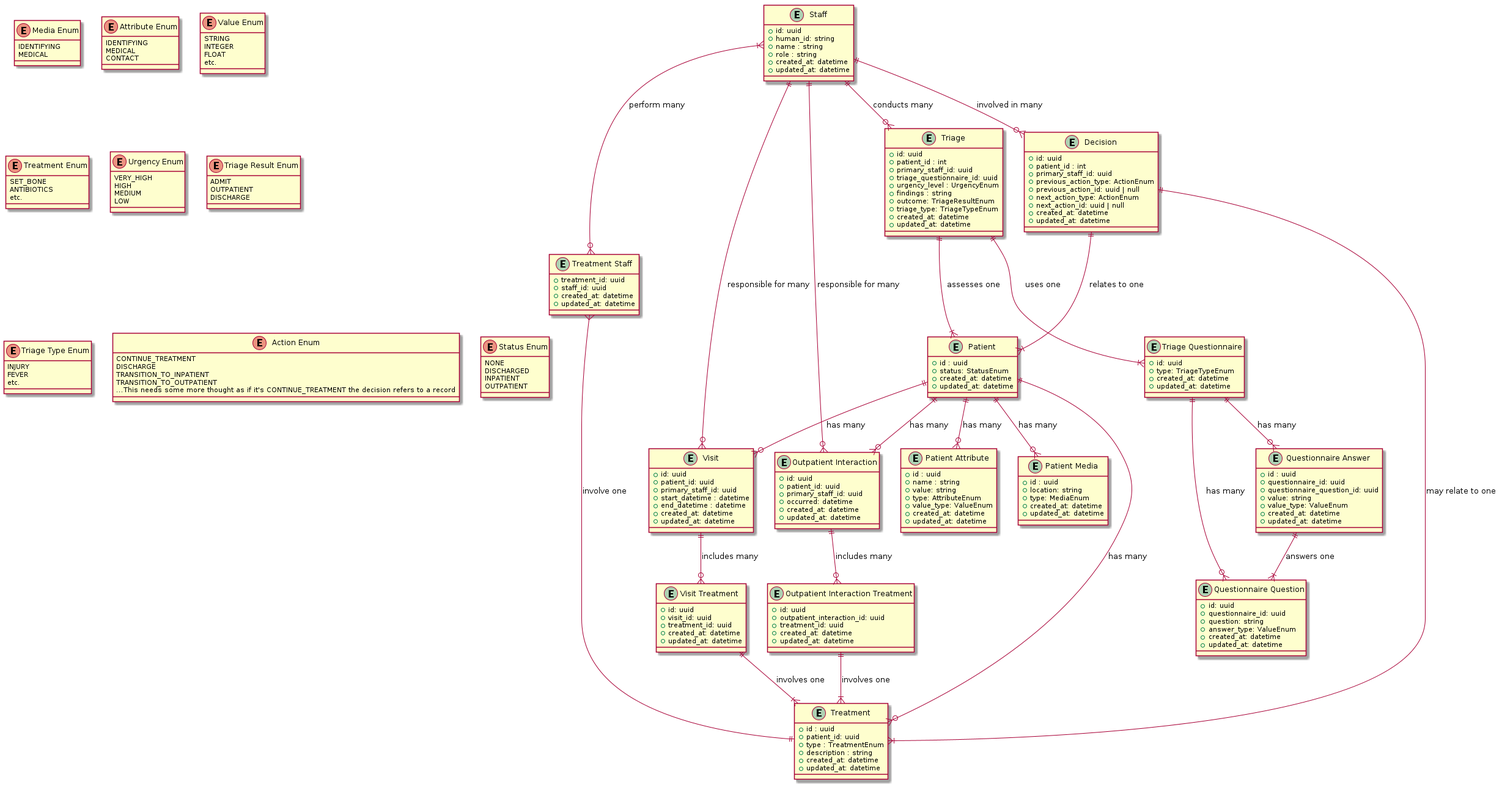
Earlier version of the PlantUML export puml/diagrams/data-entities.png (jcbashdown/case-study). Its source is kept beside it as puml/data-entities.puml.
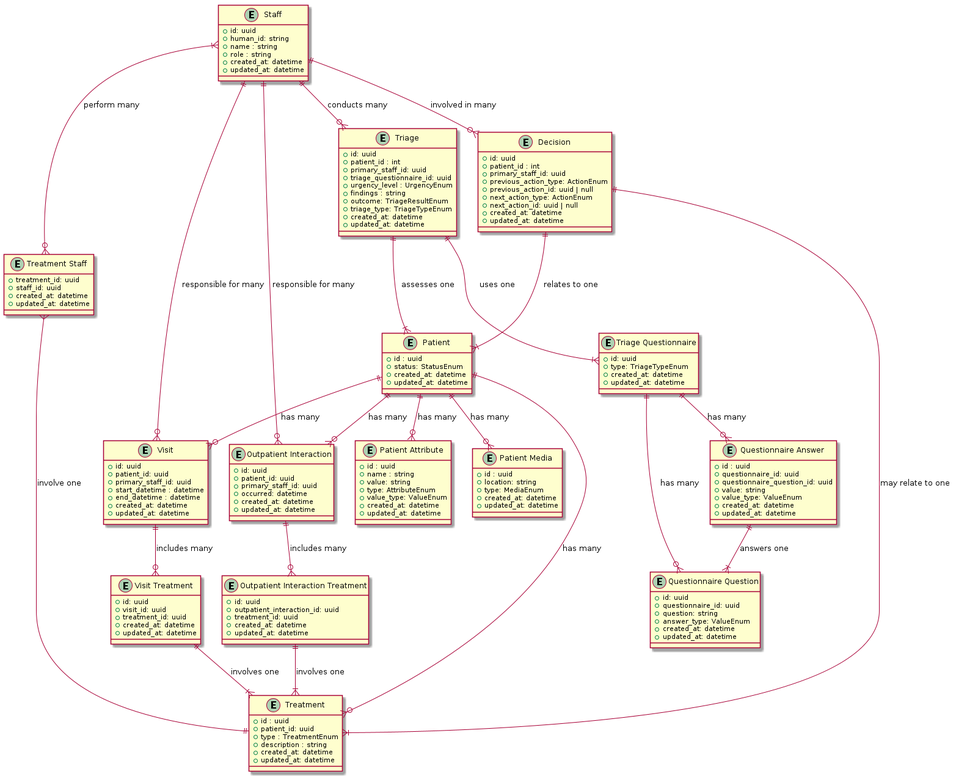
Later version of the same file.

What changed in the source:
```diff
@@ -1,53 +1,4 @@
 @startuml
-enum "Media Enum" as MediaEnum {
-  IDENTIFYING
-  MEDICAL
-}
-enum "Attribute Enum" as AttributeEnum {
-  IDENTIFYING
-  MEDICAL
-  CONTACT
-}
-enum "Value Enum" as ValueEnum {
-  STRING
-  INTEGER
-  FLOAT
-  etc.
-}
-enum "Treatment Enum" as TreatmentEnum {
-  SET_BONE
-  ANTIBIOTICS
-  etc.
-}
-enum "Urgency Enum" as UrgencyEnum {
-  VERY_HIGH
-  HIGH
-  MEDIUM
-  LOW
-}
-enum "Triage Result Enum" as TriageResultEnum {
-  ADMIT
-  OUTPATIENT
-  DISCHARGE
-}
-enum "Triage Type Enum" as TriageTypeEnum {
-  INJURY
-  FEVER
-  etc.
-}
-enum "Action Enum" as ActionEnum {
-  CONTINUE_TREATMENT
-  DISCHARGE
-  TRANSITION_TO_INPATIENT
-  TRANSITION_TO_OUTPATIENT
-  ...This needs some more thought as if it's CONTINUE_TREATMENT the decision refers to a record
-}
-enum "Status Enum" as StatusEnum {
-  NONE
-  DISCHARGED
-  INPATIENT
-  OUTPATIENT
-}
 
 entity "Patient" as Patient {
     + id : uuid
```
